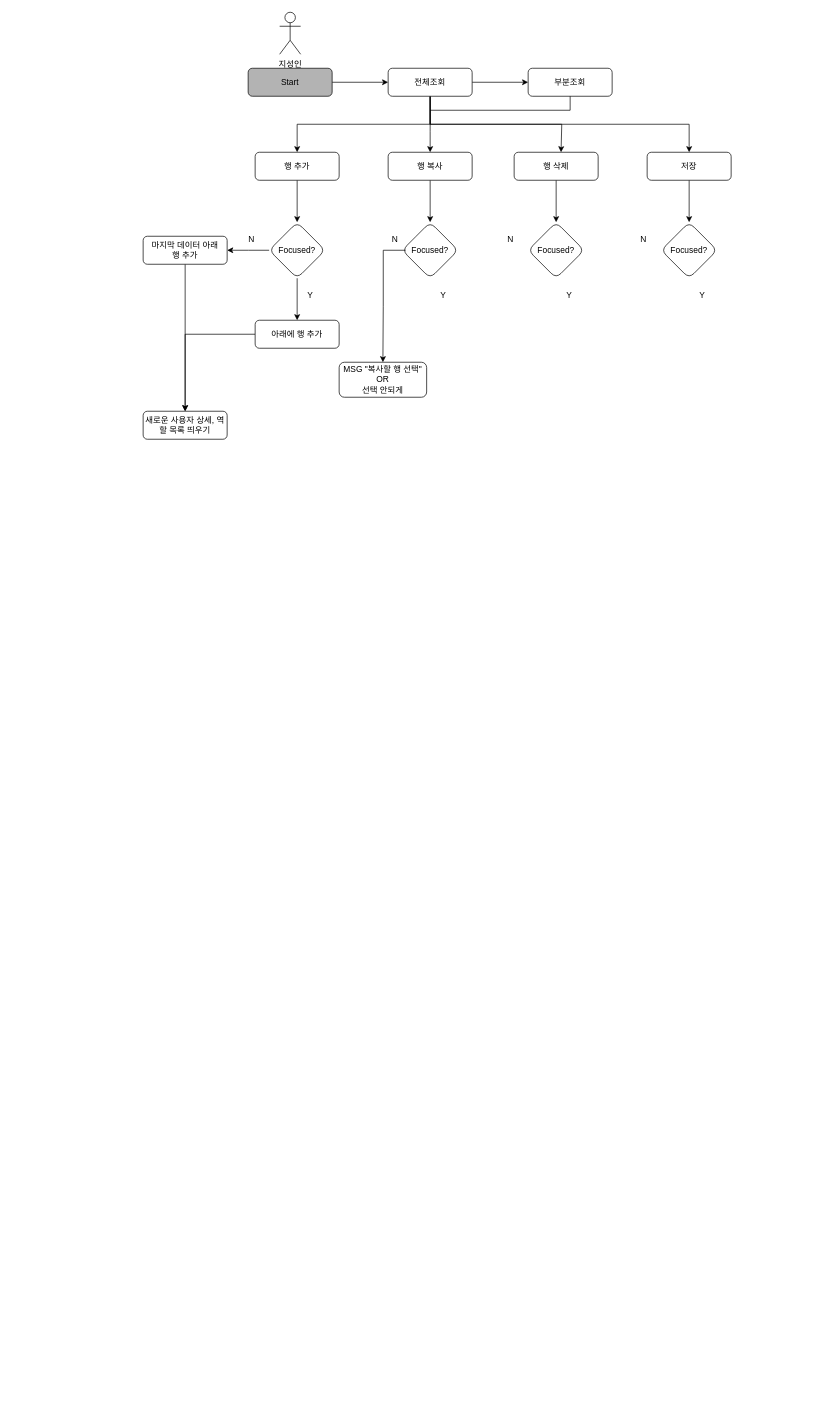
Jjjjdh/CCP_mes keeps this draw.io diagram as page "페이지-2" (2 of 2) of 제목 없는 다이어그램.drawio. Above is the earlier version. Source tidied: cells renumbered, new cells numbered last; positions are measured from the earlier drawing's top-left corner, leaving out a move shared by most shapes. Both pictures are drawn from the tidied source at 70%, with x=0, y=0 at pixel (143, 12).
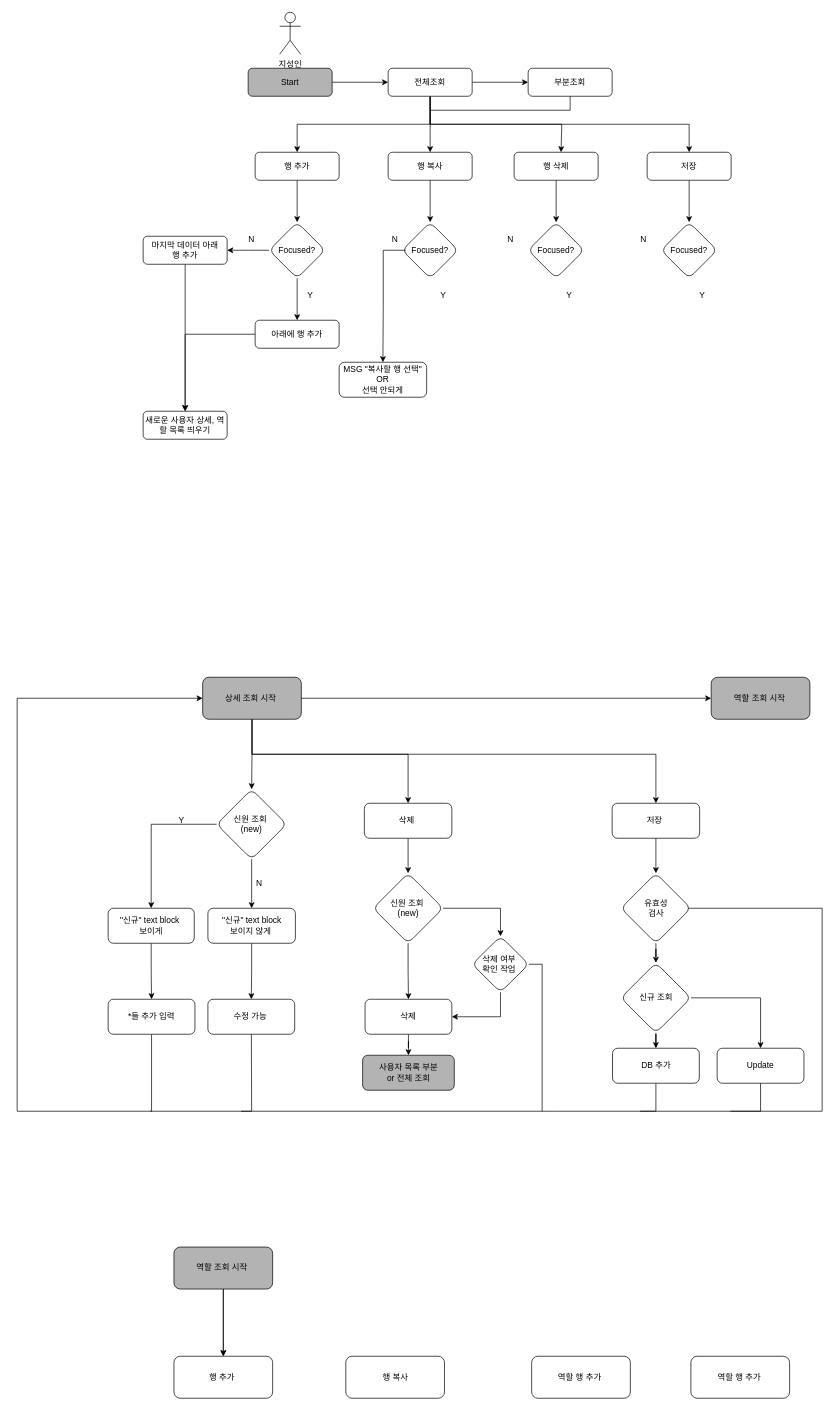
After the change.

What changed in the source:
```diff
@@
+    <mxCell id="43" style="edgeStyle=orthogonalEdgeStyle;rounded=0;jettySize=auto;html=1;" parent="1" edge="1" source="47" target="56">
+      <mxGeometry relative="1" as="geometry" />
+    </mxCell>
@@
+    <mxCell id="44" style="edgeStyle=orthogonalEdgeStyle;rounded=0;jettySize=auto;html=1;entryX=0.5;entryY=0;entryDx=0;entryDy=0;" parent="1" edge="1" source="47" target="51">
+      <mxGeometry relative="1" as="geometry">
+        <Array as="points">
+          <mxPoint x="156" y="1060" />
+          <mxPoint x="379" y="1060" />
+        </Array>
+      </mxGeometry>
+    </mxCell>
+    <mxCell id="45" style="edgeStyle=orthogonalEdgeStyle;rounded=0;jettySize=auto;html=1;entryX=0.5;entryY=0;entryDx=0;entryDy=0;" parent="1" edge="1" source="47" target="49">
+      <mxGeometry relative="1" as="geometry">
+        <Array as="points">
+          <mxPoint x="156" y="1060" />
+          <mxPoint x="733" y="1060" />
+        </Array>
+      </mxGeometry>
+    </mxCell>
+    <mxCell id="46" style="edgeStyle=orthogonalEdgeStyle;rounded=0;jettySize=auto;html=1;" parent="1" edge="1" source="47" target="84">
+      <mxGeometry relative="1" as="geometry" />
+    </mxCell>
+    <mxCell id="47" value="상세 조회 시작&amp;nbsp;" style="rounded=1;whiteSpace=wrap;html=1;fontSize=12;glass=0;strokeWidth=1;shadow=0;fillColor=#B3B3B3;" parent="1" vertex="1">
+      <mxGeometry x="85" y="950" width="141" height="60" as="geometry" />
+    </mxCell>
+    <mxCell id="48" style="edgeStyle=orthogonalEdgeStyle;rounded=0;jettySize=auto;html=1;" parent="1" edge="1" source="49" target="76">
+      <mxGeometry relative="1" as="geometry" />
+    </mxCell>
+    <mxCell id="49" value="저장&amp;nbsp;" style="rounded=1;whiteSpace=wrap;html=1;fontSize=12;glass=0;strokeWidth=1;shadow=0;" parent="1" vertex="1">
+      <mxGeometry x="670" y="1130" width="125" height="50" as="geometry" />
+    </mxCell>
+    <mxCell id="50" style="edgeStyle=orthogonalEdgeStyle;rounded=0;jettySize=auto;html=1;" parent="1" edge="1" source="51" target="67">
+      <mxGeometry relative="1" as="geometry" />
+    </mxCell>
+    <mxCell id="51" value="삭제&amp;nbsp;" style="rounded=1;whiteSpace=wrap;html=1;fontSize=12;glass=0;strokeWidth=1;shadow=0;" parent="1" vertex="1">
+      <mxGeometry x="316" y="1130" width="125" height="50" as="geometry" />
+    </mxCell>
+    <mxCell id="52" style="edgeStyle=orthogonalEdgeStyle;rounded=0;jettySize=auto;html=1;" parent="1" edge="1" source="53" target="60">
+      <mxGeometry relative="1" as="geometry" />
+    </mxCell>
+    <mxCell id="53" value="&quot;신규&quot; text block&amp;nbsp;&lt;br&gt;보이게" style="rounded=1;whiteSpace=wrap;html=1;fontSize=12;glass=0;strokeWidth=1;shadow=0;" parent="1" vertex="1">
+      <mxGeometry x="-50" y="1280" width="123" height="50" as="geometry" />
+    </mxCell>
+    <mxCell id="54" style="edgeStyle=orthogonalEdgeStyle;rounded=0;jettySize=auto;html=1;" parent="1" edge="1" source="56" target="53">
+      <mxGeometry relative="1" as="geometry" />
+    </mxCell>
+    <mxCell id="55" style="edgeStyle=orthogonalEdgeStyle;rounded=0;jettySize=auto;html=1;" parent="1" edge="1" source="56" target="62">
+      <mxGeometry relative="1" as="geometry" />
+    </mxCell>
+    <mxCell id="56" value="신원 조회&amp;nbsp;&lt;br&gt;(new)" style="rhombus;whiteSpace=wrap;html=1;rounded=1;glass=0;strokeWidth=1;shadow=0;" parent="1" vertex="1">
+      <mxGeometry x="105" y="1110" width="100" height="100" as="geometry" />
+    </mxCell>
+    <mxCell id="57" value="Y" style="text;html=1;strokeColor=none;fillColor=none;align=center;verticalAlign=middle;whiteSpace=wrap;rounded=0;" parent="1" vertex="1">
+      <mxGeometry x="25" y="1140" width="60" height="30" as="geometry" />
+    </mxCell>
+    <mxCell id="58" value="N" style="text;html=1;strokeColor=none;fillColor=none;align=center;verticalAlign=middle;whiteSpace=wrap;rounded=0;" parent="1" vertex="1">
+      <mxGeometry x="136" y="1230" width="60" height="30" as="geometry" />
+    </mxCell>
+    <mxCell id="59" style="edgeStyle=orthogonalEdgeStyle;rounded=0;jettySize=auto;html=1;entryX=0;entryY=0.5;entryDx=0;entryDy=0;" parent="1" edge="1" source="60" target="47">
+      <mxGeometry relative="1" as="geometry">
+        <Array as="points">
+          <mxPoint x="12" y="1570" />
+          <mxPoint x="-180" y="1570" />
+          <mxPoint x="-180" y="980" />
+        </Array>
+      </mxGeometry>
+    </mxCell>
+    <mxCell id="60" value="*들 추가 입력" style="rounded=1;whiteSpace=wrap;html=1;fontSize=12;glass=0;strokeWidth=1;shadow=0;" parent="1" vertex="1">
+      <mxGeometry x="-50" y="1410" width="124" height="50" as="geometry" />
+    </mxCell>
+    <mxCell id="61" style="edgeStyle=orthogonalEdgeStyle;rounded=0;jettySize=auto;html=1;" parent="1" edge="1" source="62" target="64">
+      <mxGeometry relative="1" as="geometry" />
+    </mxCell>
+    <mxCell id="62" value="&quot;신규&quot; text block&lt;br&gt;보이지 않게&amp;nbsp;" style="rounded=1;whiteSpace=wrap;html=1;fontSize=12;glass=0;strokeWidth=1;shadow=0;" parent="1" vertex="1">
+      <mxGeometry x="92.5" y="1280" width="125" height="50" as="geometry" />
+    </mxCell>
+    <mxCell id="63" style="rounded=0;jettySize=auto;html=1;endArrow=none;endFill=0;" parent="1" edge="1" source="64">
+      <mxGeometry relative="1" as="geometry">
+        <mxPoint x="10" y="1570" as="targetPoint" />
+        <Array as="points">
+          <mxPoint x="155" y="1570" />
+        </Array>
+      </mxGeometry>
+    </mxCell>
+    <mxCell id="64" value="수정 가능&amp;nbsp;" style="rounded=1;whiteSpace=wrap;html=1;fontSize=12;glass=0;strokeWidth=1;shadow=0;" parent="1" vertex="1">
+      <mxGeometry x="92.5" y="1410" width="124" height="50" as="geometry" />
+    </mxCell>
+    <mxCell id="65" style="edgeStyle=orthogonalEdgeStyle;rounded=0;jettySize=auto;html=1;" parent="1" edge="1" source="67" target="69">
+      <mxGeometry relative="1" as="geometry" />
+    </mxCell>
+    <mxCell id="66" style="edgeStyle=orthogonalEdgeStyle;rounded=0;jettySize=auto;html=1;entryX=0.5;entryY=0;entryDx=0;entryDy=0;" parent="1" edge="1" source="67" target="72">
+      <mxGeometry relative="1" as="geometry" />
+    </mxCell>
+    <mxCell id="67" value="신원 조회&amp;nbsp;&lt;br&gt;(new)" style="rhombus;whiteSpace=wrap;html=1;rounded=1;glass=0;strokeWidth=1;shadow=0;" parent="1" vertex="1">
+      <mxGeometry x="328.5" y="1230" width="100" height="100" as="geometry" />
+    </mxCell>
+    <mxCell id="68" style="edgeStyle=orthogonalEdgeStyle;rounded=0;jettySize=auto;html=1;entryX=0.5;entryY=0;entryDx=0;entryDy=0;" parent="1" edge="1" source="69" target="73">
+      <mxGeometry relative="1" as="geometry" />
+    </mxCell>
+    <mxCell id="69" value="삭제" style="rounded=1;whiteSpace=wrap;html=1;fontSize=12;glass=0;strokeWidth=1;shadow=0;" parent="1" vertex="1">
+      <mxGeometry x="317" y="1410" width="124" height="50" as="geometry" />
+    </mxCell>
+    <mxCell id="70" style="edgeStyle=orthogonalEdgeStyle;rounded=0;jettySize=auto;html=1;entryX=1;entryY=0.5;entryDx=0;entryDy=0;" parent="1" edge="1" source="72" target="69">
+      <mxGeometry relative="1" as="geometry">
+        <Array as="points">
+          <mxPoint x="511" y="1435" />
+        </Array>
+      </mxGeometry>
+    </mxCell>
+    <mxCell id="71" style="edgeStyle=orthogonalEdgeStyle;rounded=0;jettySize=auto;html=1;endArrow=none;endFill=0;" parent="1" edge="1" source="72">
+      <mxGeometry relative="1" as="geometry">
+        <mxPoint x="140" y="1570" as="targetPoint" />
+        <Array as="points">
+          <mxPoint x="570" y="1360" />
+          <mxPoint x="570" y="1570" />
+        </Array>
+      </mxGeometry>
+    </mxCell>
+    <mxCell id="72" value="삭제 여부&amp;nbsp;&lt;br&gt;확인 작업&amp;nbsp;" style="rhombus;whiteSpace=wrap;html=1;rounded=1;glass=0;strokeWidth=1;shadow=0;" parent="1" vertex="1">
+      <mxGeometry x="470" y="1320" width="81" height="80" as="geometry" />
+    </mxCell>
+    <mxCell id="73" value="사용자 목록 부분 &lt;br&gt;or 전체 조회" style="rounded=1;whiteSpace=wrap;html=1;fontSize=12;glass=0;strokeWidth=1;shadow=0;fillColor=#B3B3B3;" parent="1" vertex="1">
+      <mxGeometry x="313.5" y="1490" width="131" height="50" as="geometry" />
+    </mxCell>
+    <mxCell id="74" style="edgeStyle=orthogonalEdgeStyle;rounded=0;jettySize=auto;html=1;" parent="1" edge="1" source="76" target="81">
+      <mxGeometry relative="1" as="geometry" />
+    </mxCell>
+    <mxCell id="75" style="edgeStyle=orthogonalEdgeStyle;rounded=0;orthogonalLoop=1;jettySize=auto;html=1;endArrow=none;endFill=0;" parent="1" edge="1">
+      <mxGeometry relative="1" as="geometry">
+        <mxPoint x="769" y="1280" as="sourcePoint" />
+        <mxPoint x="839" y="1570" as="targetPoint" />
+        <Array as="points">
+          <mxPoint x="970" y="1280" />
+          <mxPoint x="970" y="1570" />
+        </Array>
+      </mxGeometry>
+    </mxCell>
+    <mxCell id="76" value="유효성 &lt;br&gt;검사" style="rhombus;whiteSpace=wrap;html=1;rounded=1;glass=0;strokeWidth=1;shadow=0;" parent="1" vertex="1">
+      <mxGeometry x="682.5" y="1230" width="100" height="100" as="geometry" />
+    </mxCell>
+    <mxCell id="77" style="edgeStyle=orthogonalEdgeStyle;rounded=0;jettySize=auto;html=1;exitX=0.5;exitY=1;exitDx=0;exitDy=0;endArrow=none;endFill=0;" parent="1" edge="1" source="78">
+      <mxGeometry relative="1" as="geometry">
+        <mxPoint x="570" y="1570" as="targetPoint" />
+        <Array as="points">
+          <mxPoint x="733" y="1570" />
+          <mxPoint x="591" y="1570" />
+        </Array>
+      </mxGeometry>
+    </mxCell>
+    <mxCell id="78" value="DB 추가" style="rounded=1;whiteSpace=wrap;html=1;fontSize=12;glass=0;strokeWidth=1;shadow=0;" parent="1" vertex="1">
+      <mxGeometry x="670.5" y="1480" width="124" height="50" as="geometry" />
+    </mxCell>
+    <mxCell id="79" style="edgeStyle=orthogonalEdgeStyle;rounded=0;jettySize=auto;html=1;" parent="1" edge="1" source="81" target="78">
+      <mxGeometry relative="1" as="geometry" />
+    </mxCell>
+    <mxCell id="80" style="edgeStyle=orthogonalEdgeStyle;rounded=0;jettySize=auto;html=1;" parent="1" edge="1" source="81" target="83">
+      <mxGeometry relative="1" as="geometry" />
+    </mxCell>
+    <mxCell id="81" value="신규 조회" style="rhombus;whiteSpace=wrap;html=1;rounded=1;glass=0;strokeWidth=1;shadow=0;" parent="1" vertex="1">
+      <mxGeometry x="682.5" y="1358" width="100" height="100" as="geometry" />
+    </mxCell>
+    <mxCell id="82" style="edgeStyle=orthogonalEdgeStyle;rounded=0;orthogonalLoop=1;jettySize=auto;html=1;endArrow=none;endFill=0;" parent="1" edge="1">
+      <mxGeometry relative="1" as="geometry">
+        <mxPoint x="882" y="1520" as="sourcePoint" />
+        <mxPoint x="710" y="1570" as="targetPoint" />
+        <Array as="points">
+          <mxPoint x="882" y="1570" />
+          <mxPoint x="731" y="1570" />
+        </Array>
+      </mxGeometry>
+    </mxCell>
+    <mxCell id="83" value="Update" style="rounded=1;whiteSpace=wrap;html=1;fontSize=12;glass=0;strokeWidth=1;shadow=0;" parent="1" vertex="1">
+      <mxGeometry x="820" y="1480" width="124" height="50" as="geometry" />
+    </mxCell>
+    <mxCell id="84" value="역할 조회 시작&amp;nbsp;" style="rounded=1;whiteSpace=wrap;html=1;fontSize=12;glass=0;strokeWidth=1;shadow=0;fillColor=#B3B3B3;" parent="1" vertex="1">
+      <mxGeometry x="811.5" y="950" width="141" height="60" as="geometry" />
+    </mxCell>
+    <mxCell id="85" style="edgeStyle=orthogonalEdgeStyle;rounded=0;jettySize=auto;html=1;" parent="1" edge="1" source="87" target="88">
+      <mxGeometry relative="1" as="geometry" />
+    </mxCell>
+    <mxCell id="86" style="edgeStyle=orthogonalEdgeStyle;rounded=0;jettySize=auto;html=1;" parent="1" edge="1" source="87" target="88">
+      <mxGeometry relative="1" as="geometry" />
+    </mxCell>
+    <mxCell id="87" value="역할 조회 시작&amp;nbsp;" style="rounded=1;whiteSpace=wrap;html=1;fontSize=12;glass=0;strokeWidth=1;shadow=0;fillColor=#B3B3B3;" parent="1" vertex="1">
+      <mxGeometry x="44" y="1764" width="141" height="60" as="geometry" />
+    </mxCell>
+    <mxCell id="88" value="행 추가&amp;nbsp;" style="rounded=1;whiteSpace=wrap;html=1;fontSize=12;glass=0;strokeWidth=1;shadow=0;" parent="1" vertex="1">
+      <mxGeometry x="44" y="1920" width="141" height="60" as="geometry" />
+    </mxCell>
+    <mxCell id="89" value="행 복사" style="rounded=1;whiteSpace=wrap;html=1;fontSize=12;glass=0;strokeWidth=1;shadow=0;" parent="1" vertex="1">
+      <mxGeometry x="289.5" y="1920" width="141" height="60" as="geometry" />
+    </mxCell>
+    <mxCell id="90" value="역할 행 추가&amp;nbsp;" style="rounded=1;whiteSpace=wrap;html=1;fontSize=12;glass=0;strokeWidth=1;shadow=0;" parent="1" vertex="1">
+      <mxGeometry x="555" y="1920" width="141" height="60" as="geometry" />
+    </mxCell>
+    <mxCell id="91" value="역할 행 추가&amp;nbsp;" style="rounded=1;whiteSpace=wrap;html=1;fontSize=12;glass=0;strokeWidth=1;shadow=0;" parent="1" vertex="1">
+      <mxGeometry x="782.5" y="1920" width="141" height="60" as="geometry" />
+    </mxCell>
```
